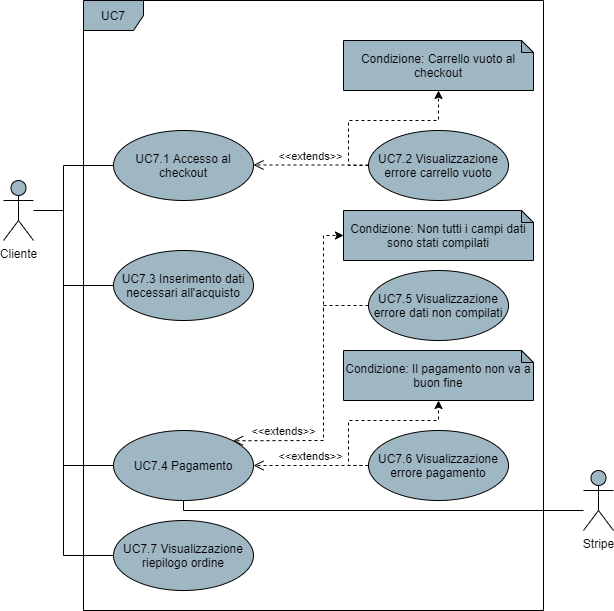
The draw.io diagram DocumentazioneEsterna/AnalisiDeiRequisiti/res/UseCase/Immagini/AcquistoProdotti.png in Omicron-Team/Documentazione, before a commit. Source tidied: cells renumbered, new cells last; positions are measured from the earlier drawing's top-left corner, leaving out a move shared by most shapes. Its diagram source:
```xml
<mxGraphModel>
  <root>
    <mxCell id="0" />
    <mxCell id="1" parent="0" />
    <mxCell id="2" value="UC7" style="shape=umlFrame;whiteSpace=wrap;html=1;fillColor=#9FB6C3;" parent="1" vertex="1">
      <mxGeometry x="80" width="460" height="610" as="geometry" />
    </mxCell>
    <mxCell id="3" style="edgeStyle=orthogonalEdgeStyle;rounded=0;jettySize=auto;html=1;endArrow=none;endFill=0;entryX=0;entryY=0.5;entryDx=0;entryDy=0;" parent="1" edge="1" source="4" target="18">
      <mxGeometry relative="1" as="geometry">
        <Array as="points">
          <mxPoint x="60" y="210" />
          <mxPoint x="60" y="165" />
        </Array>
      </mxGeometry>
    </mxCell>
    <mxCell id="4" value="Cliente" style="shape=umlActor;verticalLabelPosition=bottom;verticalAlign=top;html=1;fillColor=#9FB6C3;" parent="1" vertex="1">
      <mxGeometry y="180" width="30" height="60" as="geometry" />
    </mxCell>
    <mxCell id="5" value="Condizione: Il pagamento non va a buon fine" style="shape=note;whiteSpace=wrap;html=1;backgroundOutline=1;darkOpacity=0.05;fillColor=#9FB6C3;size=12;" parent="1" vertex="1">
      <mxGeometry x="340" y="350" width="190" height="50" as="geometry" />
    </mxCell>
    <mxCell id="6" value="UC7.6 Visualizzazione errore pagamento" style="ellipse;whiteSpace=wrap;html=1;fillColor=#9FB6C3;" parent="1" vertex="1">
      <mxGeometry x="365" y="430" width="140" height="70" as="geometry" />
    </mxCell>
    <mxCell id="7" style="edgeStyle=none;rounded=0;jettySize=auto;html=1;exitX=0;exitY=0.5;exitDx=0;exitDy=0;startArrow=none;startFill=0;endArrow=none;endFill=0;" parent="1" edge="1" source="8">
      <mxGeometry relative="1" as="geometry">
        <mxPoint x="60" y="285" as="targetPoint" />
      </mxGeometry>
    </mxCell>
    <mxCell id="8" value="UC7.3 Inserimento dati necessari all'acquisto" style="ellipse;whiteSpace=wrap;html=1;fillColor=#9FB6C3;" parent="1" vertex="1">
      <mxGeometry x="110" y="250" width="140" height="70" as="geometry" />
    </mxCell>
    <mxCell id="9" style="edgeStyle=orthogonalEdgeStyle;rounded=0;jettySize=auto;html=1;exitX=0;exitY=0.5;exitDx=0;exitDy=0;startArrow=none;startFill=0;endArrow=none;endFill=0;" parent="1" edge="1" source="10">
      <mxGeometry relative="1" as="geometry">
        <mxPoint x="60" y="210" as="targetPoint" />
        <Array as="points">
          <mxPoint x="60" y="465" />
        </Array>
      </mxGeometry>
    </mxCell>
    <mxCell id="10" value="UC7.4 Pagamento" style="ellipse;whiteSpace=wrap;html=1;fillColor=#9FB6C3;" parent="1" vertex="1">
      <mxGeometry x="110" y="430" width="140" height="70" as="geometry" />
    </mxCell>
    <mxCell id="11" value="&amp;lt;&amp;lt;extends&amp;gt;&amp;gt;" style="html=1;verticalAlign=bottom;endArrow=open;dashed=1;endSize=8;exitX=0;exitY=0.5;exitDx=0;exitDy=0;entryX=1;entryY=0.5;entryDx=0;entryDy=0;" parent="1" edge="1" source="6" target="10">
      <mxGeometry relative="1" as="geometry" />
    </mxCell>
    <mxCell id="12" style="edgeStyle=orthogonalEdgeStyle;rounded=0;jettySize=auto;html=1;dashed=1;exitX=0;exitY=0.5;exitDx=0;exitDy=0;" parent="1" edge="1" source="6">
      <mxGeometry relative="1" as="geometry">
        <mxPoint x="435" y="400" as="targetPoint" />
        <Array as="points">
          <mxPoint x="345" y="465" />
          <mxPoint x="345" y="420" />
          <mxPoint x="435" y="420" />
        </Array>
      </mxGeometry>
    </mxCell>
    <mxCell id="13" style="rounded=0;jettySize=auto;html=1;entryX=0.5;entryY=1;entryDx=0;entryDy=0;startArrow=none;startFill=0;endArrow=none;endFill=0;edgeStyle=orthogonalEdgeStyle;" parent="1" edge="1" source="14" target="10">
      <mxGeometry relative="1" as="geometry">
        <Array as="points">
          <mxPoint x="180" y="510" />
          <mxPoint x="180" y="500" />
        </Array>
      </mxGeometry>
    </mxCell>
    <mxCell id="14" value="Stripe" style="shape=umlActor;verticalLabelPosition=bottom;verticalAlign=top;html=1;fillColor=#9FB6C3;" parent="1" vertex="1">
      <mxGeometry x="580" y="470" width="30" height="60" as="geometry" />
    </mxCell>
    <mxCell id="15" style="edgeStyle=orthogonalEdgeStyle;rounded=0;jettySize=auto;html=1;dashed=1;exitX=0;exitY=0.5;exitDx=0;exitDy=0;" parent="1" edge="1" source="19" target="16">
      <mxGeometry relative="1" as="geometry">
        <Array as="points">
          <mxPoint x="345" y="165" />
          <mxPoint x="345" y="120" />
          <mxPoint x="435" y="120" />
        </Array>
      </mxGeometry>
    </mxCell>
    <mxCell id="16" value="Condizione: Carrello vuoto al checkout" style="shape=note;whiteSpace=wrap;html=1;backgroundOutline=1;darkOpacity=0.05;fillColor=#9FB6C3;size=12;" parent="1" vertex="1">
      <mxGeometry x="340" y="40" width="190" height="50" as="geometry" />
    </mxCell>
    <mxCell id="17" value="&amp;lt;&amp;lt;extends&amp;gt;&amp;gt;" style="html=1;verticalAlign=bottom;endArrow=open;dashed=1;endSize=8;entryX=1;entryY=0;entryDx=0;entryDy=0;exitX=0;exitY=0.5;exitDx=0;exitDy=0;rounded=0;" parent="1" edge="1" source="22" target="10">
      <mxGeometry x="0.63" relative="1" as="geometry">
        <Array as="points">
          <mxPoint x="320" y="305" />
          <mxPoint x="320" y="440" />
        </Array>
      </mxGeometry>
    </mxCell>
    <mxCell id="18" value="UC7.1 Accesso al checkout" style="ellipse;whiteSpace=wrap;html=1;fillColor=#9FB6C3;" parent="1" vertex="1">
      <mxGeometry x="110" y="130" width="140" height="70" as="geometry" />
    </mxCell>
    <mxCell id="19" value="UC7.2 Visualizzazione errore carrello vuoto" style="ellipse;whiteSpace=wrap;html=1;fillColor=#9FB6C3;" parent="1" vertex="1">
      <mxGeometry x="365" y="130" width="140" height="70" as="geometry" />
    </mxCell>
    <mxCell id="20" value="&amp;lt;&amp;lt;extends&amp;gt;&amp;gt;" style="html=1;verticalAlign=bottom;endArrow=open;dashed=1;endSize=8;entryX=1;entryY=0.5;entryDx=0;entryDy=0;" parent="1" edge="1">
      <mxGeometry relative="1" as="geometry">
        <mxPoint x="365" y="164.5" as="sourcePoint" />
        <mxPoint x="250" y="164.5" as="targetPoint" />
      </mxGeometry>
    </mxCell>
    <mxCell id="21" value="Condizione: Non tutti i campi dati sono stati compilati" style="shape=note;whiteSpace=wrap;html=1;backgroundOutline=1;darkOpacity=0.05;fillColor=#9FB6C3;size=12;" parent="1" vertex="1">
      <mxGeometry x="340" y="210" width="190" height="50" as="geometry" />
    </mxCell>
    <mxCell id="22" value="UC7.5 Visualizzazione errore dati non compilati" style="ellipse;whiteSpace=wrap;html=1;fillColor=#9FB6C3;" parent="1" vertex="1">
      <mxGeometry x="365" y="270" width="140" height="70" as="geometry" />
    </mxCell>
    <mxCell id="23" style="edgeStyle=orthogonalEdgeStyle;rounded=0;jettySize=auto;html=1;dashed=1;entryX=0;entryY=0.5;entryDx=0;entryDy=0;entryPerimeter=0;" parent="1" edge="1" target="21">
      <mxGeometry relative="1" as="geometry">
        <mxPoint x="320" y="310" as="sourcePoint" />
        <Array as="points">
          <mxPoint x="320" y="285" />
          <mxPoint x="320" y="235" />
        </Array>
      </mxGeometry>
    </mxCell>
    <mxCell id="24" value="UC7.7 Visualizzazione riepilogo ordine" style="ellipse;whiteSpace=wrap;html=1;fillColor=#9FB6C3;" parent="1" vertex="1">
      <mxGeometry x="110" y="520" width="140" height="70" as="geometry" />
    </mxCell>
    <mxCell id="25" style="endArrow=none;html=1;exitX=0;exitY=0.5;exitDx=0;exitDy=0;rounded=0;" parent="1" edge="1" source="24">
      <mxGeometry relative="1" as="geometry">
        <mxPoint x="60" y="460" as="targetPoint" />
        <Array as="points">
          <mxPoint x="60" y="555" />
        </Array>
      </mxGeometry>
    </mxCell>
  </root>
</mxGraphModel>
```
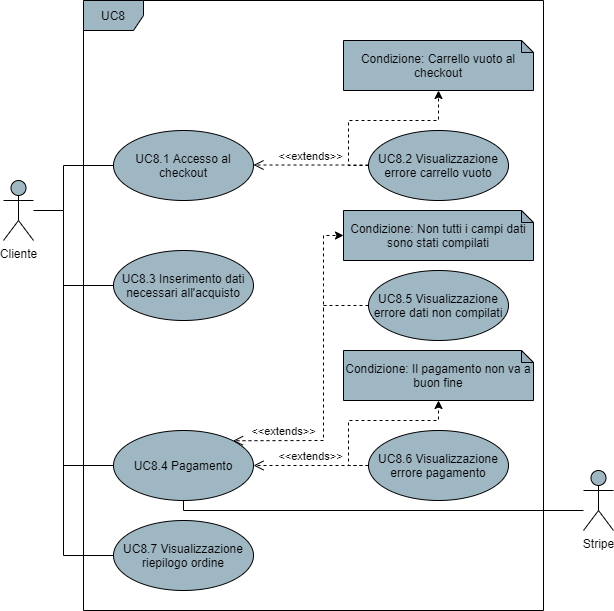
Later version of the same file.

Diff of the diagram source:
```diff
@@ -2,7 +2,7 @@
   <root>
     <mxCell id="0" />
     <mxCell id="1" parent="0" />
-    <mxCell id="2" value="UC7" style="shape=umlFrame;whiteSpace=wrap;html=1;fillColor=#9FB6C3;" parent="1" vertex="1">
+    <mxCell id="2" value="UC8" style="shape=umlFrame;whiteSpace=wrap;html=1;fillColor=#9FB6C3;" parent="1" vertex="1">
       <mxGeometry x="80" width="460" height="610" as="geometry" />
     </mxCell>
     <mxCell id="3" style="edgeStyle=orthogonalEdgeStyle;rounded=0;jettySize=auto;html=1;endArrow=none;endFill=0;entryX=0;entryY=0.5;entryDx=0;entryDy=0;" parent="1" edge="1" source="4" target="18">
@@ -19,7 +19,7 @@
     <mxCell id="5" value="Condizione: Il pagamento non va a buon fine" style="shape=note;whiteSpace=wrap;html=1;backgroundOutline=1;darkOpacity=0.05;fillColor=#9FB6C3;size=12;" parent="1" vertex="1">
       <mxGeometry x="340" y="350" width="190" height="50" as="geometry" />
     </mxCell>
-    <mxCell id="6" value="UC7.6 Visualizzazione errore pagamento" style="ellipse;whiteSpace=wrap;html=1;fillColor=#9FB6C3;" parent="1" vertex="1">
+    <mxCell id="6" value="UC8.6 Visualizzazione errore pagamento" style="ellipse;whiteSpace=wrap;html=1;fillColor=#9FB6C3;" parent="1" vertex="1">
       <mxGeometry x="365" y="430" width="140" height="70" as="geometry" />
     </mxCell>
     <mxCell id="7" style="edgeStyle=none;rounded=0;jettySize=auto;html=1;exitX=0;exitY=0.5;exitDx=0;exitDy=0;startArrow=none;startFill=0;endArrow=none;endFill=0;" parent="1" edge="1" source="8">
@@ -27,7 +27,7 @@
         <mxPoint x="60" y="285" as="targetPoint" />
       </mxGeometry>
     </mxCell>
-    <mxCell id="8" value="UC7.3 Inserimento dati necessari all'acquisto" style="ellipse;whiteSpace=wrap;html=1;fillColor=#9FB6C3;" parent="1" vertex="1">
+    <mxCell id="8" value="UC8.3 Inserimento dati necessari all'acquisto" style="ellipse;whiteSpace=wrap;html=1;fillColor=#9FB6C3;" parent="1" vertex="1">
       <mxGeometry x="110" y="250" width="140" height="70" as="geometry" />
     </mxCell>
     <mxCell id="9" style="edgeStyle=orthogonalEdgeStyle;rounded=0;jettySize=auto;html=1;exitX=0;exitY=0.5;exitDx=0;exitDy=0;startArrow=none;startFill=0;endArrow=none;endFill=0;" parent="1" edge="1" source="10">
@@ -38,7 +38,7 @@
         </Array>
       </mxGeometry>
     </mxCell>
-    <mxCell id="10" value="UC7.4 Pagamento" style="ellipse;whiteSpace=wrap;html=1;fillColor=#9FB6C3;" parent="1" vertex="1">
+    <mxCell id="10" value="UC8.4 Pagamento" style="ellipse;whiteSpace=wrap;html=1;fillColor=#9FB6C3;" parent="1" vertex="1">
       <mxGeometry x="110" y="430" width="140" height="70" as="geometry" />
     </mxCell>
     <mxCell id="11" value="&amp;lt;&amp;lt;extends&amp;gt;&amp;gt;" style="html=1;verticalAlign=bottom;endArrow=open;dashed=1;endSize=8;exitX=0;exitY=0.5;exitDx=0;exitDy=0;entryX=1;entryY=0.5;entryDx=0;entryDy=0;" parent="1" edge="1" source="6" target="10">
@@ -85,10 +85,10 @@
         </Array>
       </mxGeometry>
     </mxCell>
-    <mxCell id="18" value="UC7.1 Accesso al checkout" style="ellipse;whiteSpace=wrap;html=1;fillColor=#9FB6C3;" parent="1" vertex="1">
+    <mxCell id="18" value="UC8.1 Accesso al checkout" style="ellipse;whiteSpace=wrap;html=1;fillColor=#9FB6C3;" parent="1" vertex="1">
       <mxGeometry x="110" y="130" width="140" height="70" as="geometry" />
     </mxCell>
-    <mxCell id="19" value="UC7.2 Visualizzazione errore carrello vuoto" style="ellipse;whiteSpace=wrap;html=1;fillColor=#9FB6C3;" parent="1" vertex="1">
+    <mxCell id="19" value="UC8.2 Visualizzazione errore carrello vuoto" style="ellipse;whiteSpace=wrap;html=1;fillColor=#9FB6C3;" parent="1" vertex="1">
       <mxGeometry x="365" y="130" width="140" height="70" as="geometry" />
     </mxCell>
     <mxCell id="20" value="&amp;lt;&amp;lt;extends&amp;gt;&amp;gt;" style="html=1;verticalAlign=bottom;endArrow=open;dashed=1;endSize=8;entryX=1;entryY=0.5;entryDx=0;entryDy=0;" parent="1" edge="1">
@@ -100,7 +100,7 @@
     <mxCell id="21" value="Condizione: Non tutti i campi dati sono stati compilati" style="shape=note;whiteSpace=wrap;html=1;backgroundOutline=1;darkOpacity=0.05;fillColor=#9FB6C3;size=12;" parent="1" vertex="1">
       <mxGeometry x="340" y="210" width="190" height="50" as="geometry" />
     </mxCell>
-    <mxCell id="22" value="UC7.5 Visualizzazione errore dati non compilati" style="ellipse;whiteSpace=wrap;html=1;fillColor=#9FB6C3;" parent="1" vertex="1">
+    <mxCell id="22" value="UC8.5 Visualizzazione errore dati non compilati" style="ellipse;whiteSpace=wrap;html=1;fillColor=#9FB6C3;" parent="1" vertex="1">
       <mxGeometry x="365" y="270" width="140" height="70" as="geometry" />
     </mxCell>
     <mxCell id="23" style="edgeStyle=orthogonalEdgeStyle;rounded=0;jettySize=auto;html=1;dashed=1;entryX=0;entryY=0.5;entryDx=0;entryDy=0;entryPerimeter=0;" parent="1" edge="1" target="21">
@@ -112,7 +112,7 @@
         </Array>
       </mxGeometry>
     </mxCell>
-    <mxCell id="24" value="UC7.7 Visualizzazione riepilogo ordine" style="ellipse;whiteSpace=wrap;html=1;fillColor=#9FB6C3;" parent="1" vertex="1">
+    <mxCell id="24" value="UC8.7 Visualizzazione riepilogo ordine" style="ellipse;whiteSpace=wrap;html=1;fillColor=#9FB6C3;" parent="1" vertex="1">
       <mxGeometry x="110" y="520" width="140" height="70" as="geometry" />
     </mxCell>
     <mxCell id="25" style="endArrow=none;html=1;exitX=0;exitY=0.5;exitDx=0;exitDy=0;rounded=0;" parent="1" edge="1" source="24">
```
